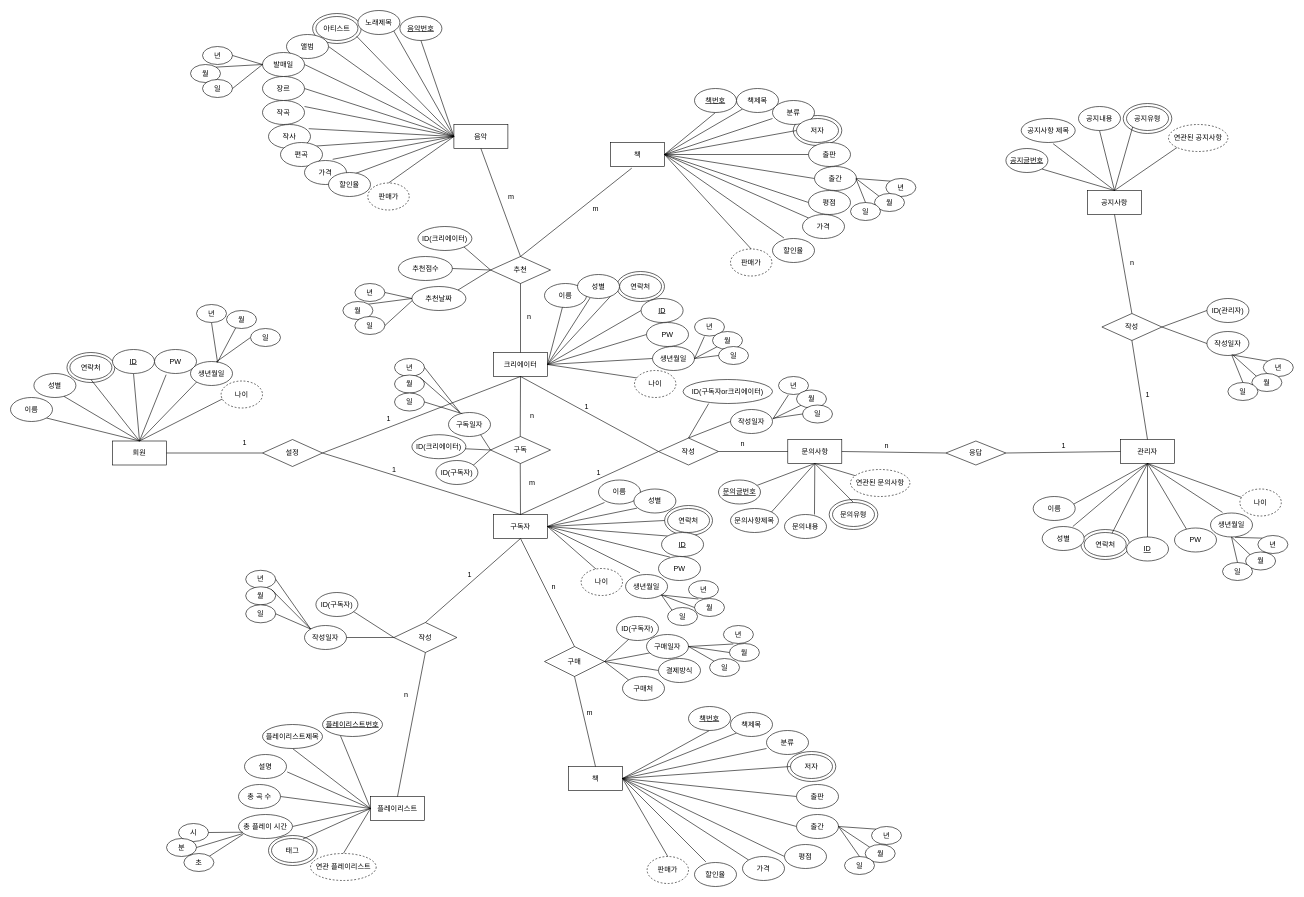
Earlier version of the draw.io diagram Diagram.drawio (kso2050/life_plus). Source tidied: cells renumbered, new cells numbered last; positions are measured from the earlier drawing's top-left corner, leaving out a move shared by most shapes. Both pictures are drawn from the tidied source at 60%, with x=0, y=0 at pixel (10, 10).
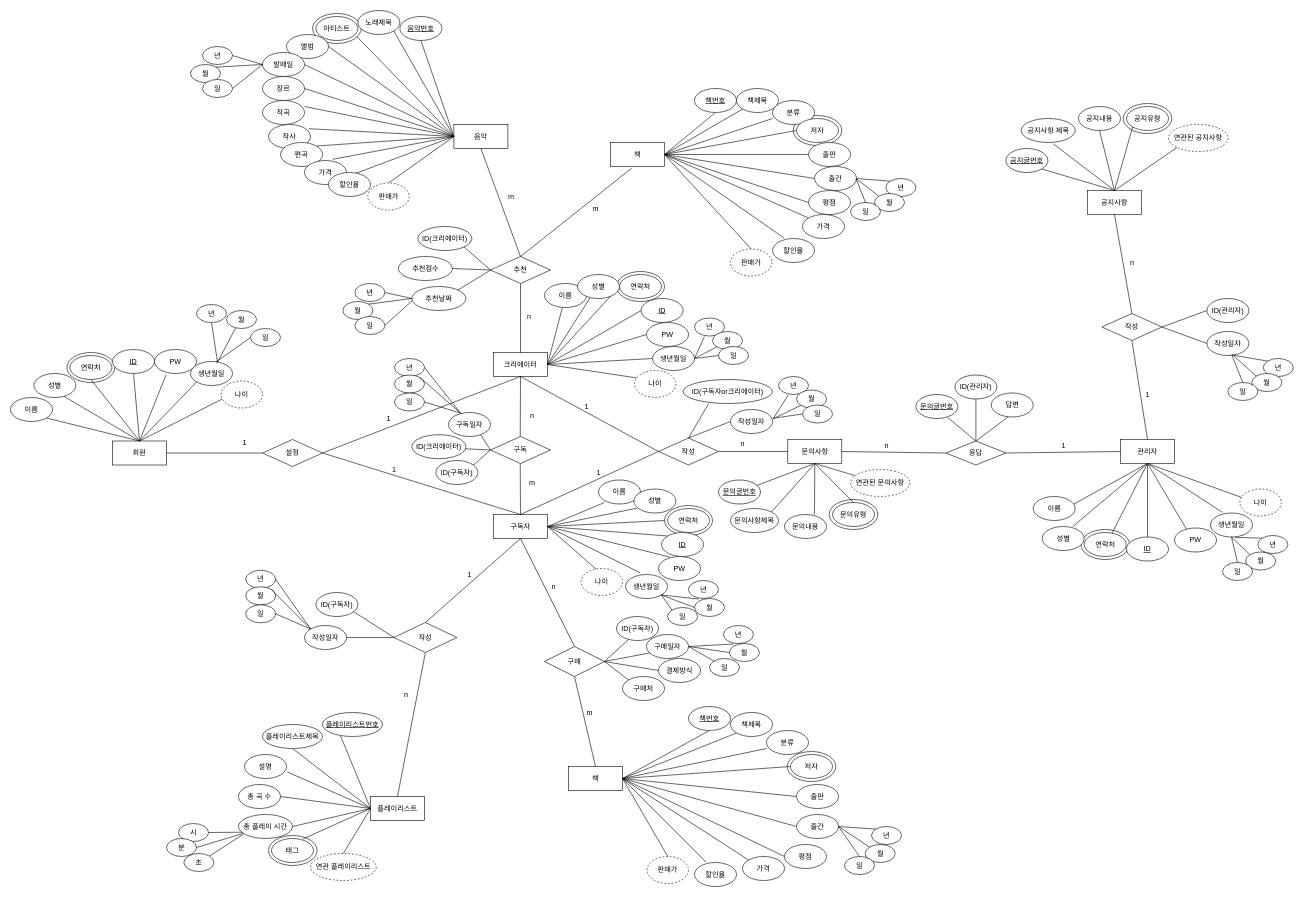
Above is the later version.

The change refers to these unchanged cells:
```xml
<mxCell id="24" value="응답" style="rhombus;whiteSpace=wrap;html=1;" parent="1" vertex="1">
  <mxGeometry x="1559" y="717.5" width="100" height="40" as="geometry" />
</mxCell>
```

Change to the diagram source:
```diff
@@
+    <mxCell id="339" value="ID(관리자)" style="ellipse;whiteSpace=wrap;html=1;" parent="1" vertex="1">
+      <mxGeometry x="1574" y="607.5" width="70" height="40" as="geometry" />
+    </mxCell>
+    <mxCell id="340" value="답변" style="ellipse;whiteSpace=wrap;html=1;" parent="1" vertex="1">
+      <mxGeometry x="1634.5" y="637.5" width="70" height="40" as="geometry" />
+    </mxCell>
+    <mxCell id="341" style="endArrow=none;html=1;rounded=0;exitX=0.5;exitY=0;exitDx=0;exitDy=0;entryX=0.5;entryY=1;entryDx=0;entryDy=0;" parent="1" edge="1" source="24" target="339">
+      <mxGeometry relative="1" as="geometry" />
+    </mxCell>
+    <mxCell id="342" style="endArrow=none;html=1;rounded=0;exitX=0.5;exitY=0;exitDx=0;exitDy=0;entryX=0.402;entryY=1;entryDx=0;entryDy=0;entryPerimeter=0;" parent="1" edge="1" source="24" target="340">
+      <mxGeometry relative="1" as="geometry" />
+    </mxCell>
+    <mxCell id="343" value="&lt;u&gt;문의글번호&lt;/u&gt;" style="ellipse;whiteSpace=wrap;html=1;" parent="1" vertex="1">
+      <mxGeometry x="1509" y="640" width="70" height="40" as="geometry" />
+    </mxCell>
+    <mxCell id="344" style="endArrow=none;html=1;rounded=0;exitX=0.5;exitY=0;exitDx=0;exitDy=0;entryX=0.755;entryY=0.958;entryDx=0;entryDy=0;entryPerimeter=0;" parent="1" edge="1" source="24" target="343">
+      <mxGeometry relative="1" as="geometry" />
+    </mxCell>
```
